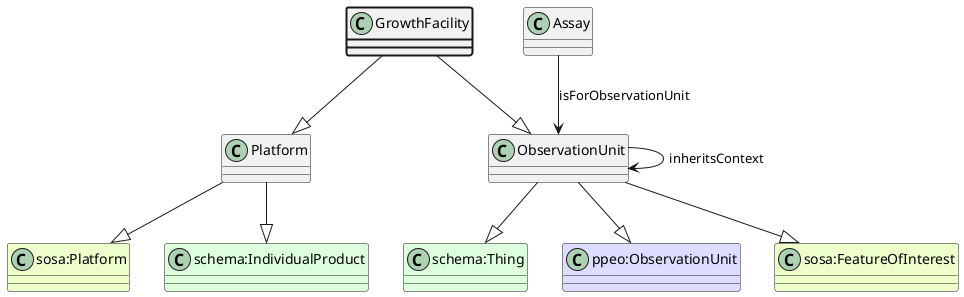
Before: ttl_uml/ttl_appn_GrowthFacility.png, a diagram exported from PlantUML (aus-plant-phenomics-network/appn-schema).
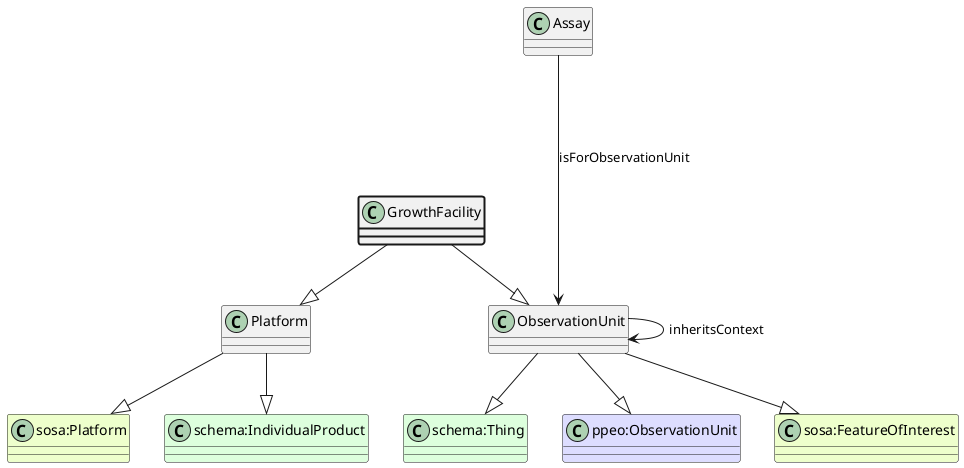
Later version of the same file.

Change to the diagram source:
```diff
@@ -14,8 +14,8 @@
 class "sosa:FeatureOfInterest" #EEFFCC
 ObservationUnit --|> "sosa:FeatureOfInterest"
 class Assay
-Assay --> ObservationUnit : isForObservationUnit
+Assay ----> ObservationUnit : isForObservationUnit
 class ObservationUnit
-ObservationUnit --> ObservationUnit : inheritsContext
+ObservationUnit ----> ObservationUnit : inheritsContext
 GrowthFacility --|> ObservationUnit
 @enduml
```
